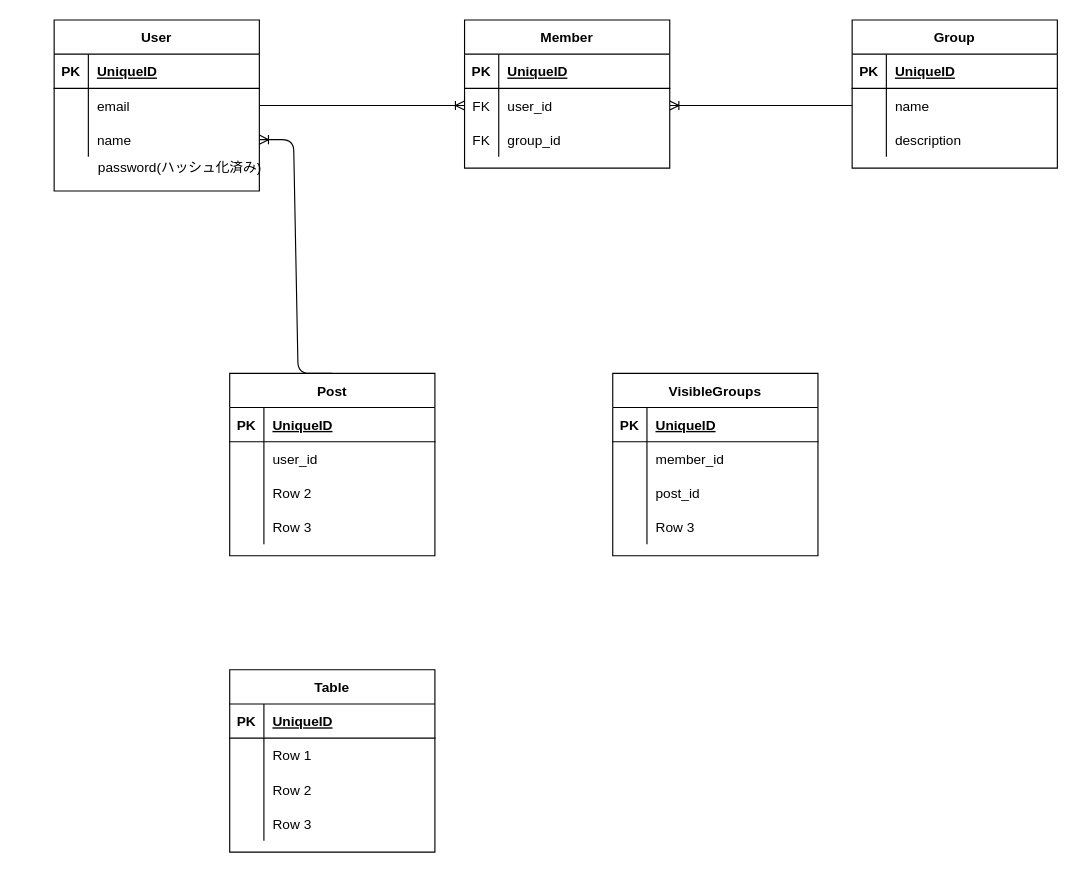
Above: documents/概念データモデル.drawio in Kinoshita0623/Aitopp (draw.io), before the change. Source tidied: cells renumbered, new cells numbered last; positions are measured from the earlier drawing's top-left corner, leaving out a move shared by most shapes. Both pictures are drawn from the tidied source at 114%, with x=0, y=0 at pixel (54, 19).
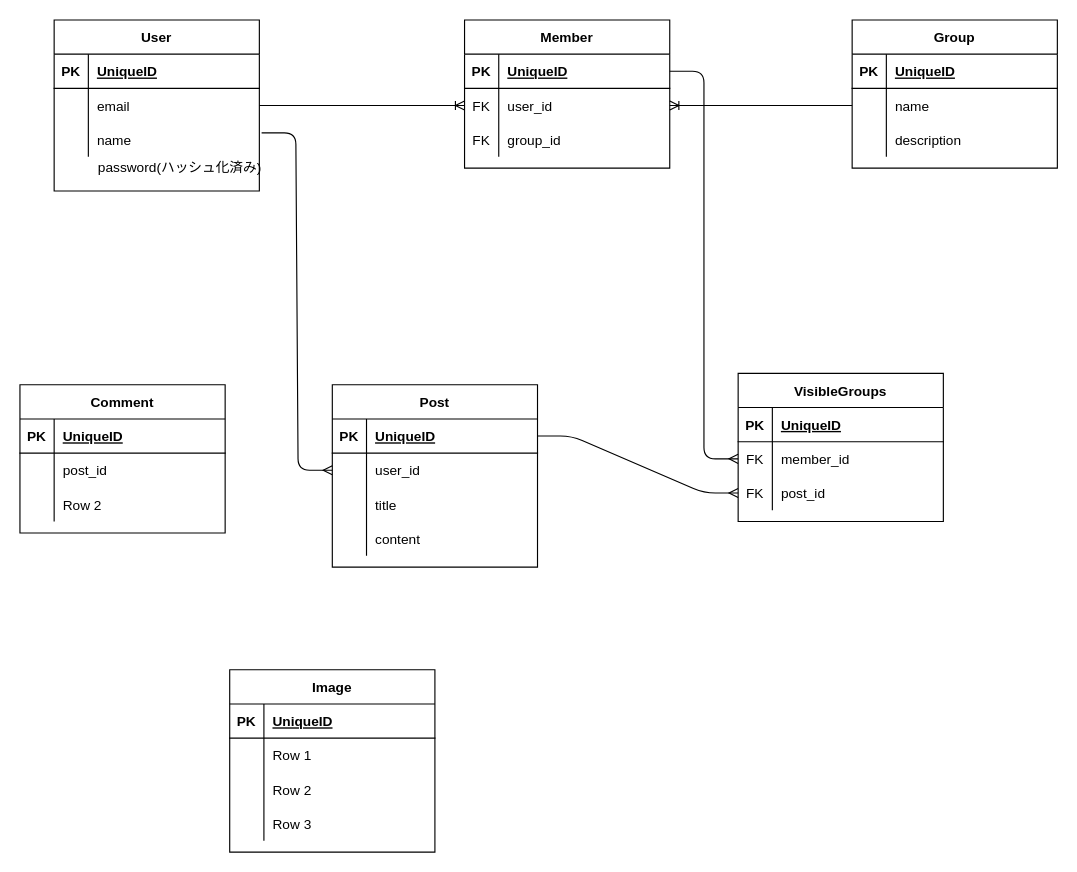
The same page after the edit.

The change refers to these unchanged cells:
```xml
<mxCell id="9" style="shape=partialRectangle;fillColor=none;top=0;left=0;bottom=0;right=0;points=[[0,0.5],[1,0.5]];portConstraint=eastwest;" parent="2" vertex="1">
  <mxGeometry y="90" width="180" height="30" as="geometry" />
</mxCell>
<mxCell id="13" style="shape=partialRectangle;fillColor=none;top=0;left=0;bottom=1;right=0;points=[[0,0.5],[1,0.5]];portConstraint=eastwest;" parent="12" vertex="1">
  <mxGeometry y="30" width="180" height="30" as="geometry" />
</mxCell>
<mxCell id="34" style="shape=partialRectangle;fillColor=none;top=0;left=0;bottom=1;right=0;points=[[0,0.5],[1,0.5]];portConstraint=eastwest;" parent="33" vertex="1">
  <mxGeometry y="30" width="180" height="30" as="geometry" />
</mxCell>
<mxCell id="37" style="shape=partialRectangle;fillColor=none;top=0;left=0;bottom=0;right=0;points=[[0,0.5],[1,0.5]];portConstraint=eastwest;" parent="33" vertex="1">
  <mxGeometry y="60" width="180" height="30" as="geometry" />
</mxCell>
<mxCell id="53" style="shape=partialRectangle;fillColor=none;top=0;left=0;bottom=0;right=0;points=[[0,0.5],[1,0.5]];portConstraint=eastwest;" parent="49" vertex="1">
  <mxGeometry y="60" width="180" height="30" as="geometry" />
</mxCell>
<mxCell id="56" style="shape=partialRectangle;fillColor=none;top=0;left=0;bottom=0;right=0;points=[[0,0.5],[1,0.5]];portConstraint=eastwest;" parent="49" vertex="1">
  <mxGeometry y="90" width="180" height="30" as="geometry" />
</mxCell>
```

Diff of the diagram source:
```diff
@@
     <mxCell id="33" value="Post" style="shape=table;startSize=30;childLayout=tableLayout;rowLines=0;fontStyle=1;align=center;" parent="1" vertex="1">
-      <mxGeometry x="154" y="310" width="180" height="160" as="geometry" />
+      <mxGeometry x="244" y="320" width="180" height="160" as="geometry" />
     </mxCell>
@@
-    <mxCell id="40" style="shape=partialRectangle;fillColor=none;top=0;left=0;bottom=0;right=0;" parent="33" vertex="1">
-      <mxGeometry y="90" width="180" height="30" as="geometry" />
-    </mxCell>
-    <mxCell id="41" style="shape=partialRectangle;fillColor=none;top=0;left=0;bottom=0;right=0;overflow=hidden;" parent="40" vertex="1">
-      <mxGeometry width="30" height="30" as="geometry" />
-    </mxCell>
-    <mxCell id="42" value="Row 2" style="shape=partialRectangle;fillColor=none;top=0;left=0;bottom=0;right=0;align=left;spacingLeft=6;overflow=hidden;" parent="40" vertex="1">
-      <mxGeometry x="30" width="150" height="30" as="geometry" />
-    </mxCell>
     <mxCell id="43" style="shape=partialRectangle;fillColor=none;top=0;left=0;bottom=0;right=0;" parent="33" vertex="1">
-      <mxGeometry y="120" width="180" height="30" as="geometry" />
+      <mxGeometry y="90" width="180" height="30" as="geometry" />
     </mxCell>
@@
-    <mxCell id="45" value="Row 3" style="shape=partialRectangle;fillColor=none;top=0;left=0;bottom=0;right=0;align=left;spacingLeft=6;overflow=hidden;" parent="43" vertex="1">
+    <mxCell id="45" value="title" style="shape=partialRectangle;fillColor=none;top=0;left=0;bottom=0;right=0;align=left;spacingLeft=6;overflow=hidden;" parent="43" vertex="1">
       <mxGeometry x="30" width="150" height="30" as="geometry" />
     </mxCell>
+    <mxCell id="59" style="shape=partialRectangle;fillColor=none;top=0;left=0;bottom=0;right=0;" parent="33" vertex="1">
+      <mxGeometry y="120" width="180" height="30" as="geometry" />
+    </mxCell>
+    <mxCell id="75" style="shape=partialRectangle;fillColor=none;top=0;left=0;bottom=0;right=0;overflow=hidden;" parent="59" vertex="1">
+      <mxGeometry width="30" height="30" as="geometry" />
+    </mxCell>
+    <mxCell id="76" value="content" style="shape=partialRectangle;fillColor=none;top=0;left=0;bottom=0;right=0;align=left;spacingLeft=6;overflow=hidden;" parent="59" vertex="1">
+      <mxGeometry x="30" width="150" height="30" as="geometry" />
+    </mxCell>
@@
-    <mxCell id="48" style="edgeStyle=entityRelationEdgeStyle;fontSize=12;html=1;endArrow=ERoneToMany;exitX=0.5;exitY=0;exitDx=0;exitDy=0;entryX=1;entryY=0.5;entryDx=0;entryDy=0;rounded=1;" parent="1" edge="1" source="33" target="9">
-      <mxGeometry relative="1" as="geometry" />
-    </mxCell>
     <mxCell id="49" value="VisibleGroups" style="shape=table;startSize=30;childLayout=tableLayout;rowLines=0;fontStyle=1;align=center;" parent="1" vertex="1">
-      <mxGeometry x="490" y="310" width="180" height="160" as="geometry" />
+      <mxGeometry x="600" y="310" width="180" height="130" as="geometry" />
     </mxCell>
@@
-    <mxCell id="54" style="shape=partialRectangle;fillColor=none;top=0;left=0;bottom=0;right=0;overflow=hidden;" parent="53" vertex="1">
+    <mxCell id="54" value="FK" style="shape=partialRectangle;fillColor=none;top=0;left=0;bottom=0;right=0;overflow=hidden;" parent="53" vertex="1">
       <mxGeometry width="30" height="30" as="geometry" />
     </mxCell>
@@
-    <mxCell id="57" style="shape=partialRectangle;fillColor=none;top=0;left=0;bottom=0;right=0;overflow=hidden;" parent="56" vertex="1">
+    <mxCell id="57" value="FK" style="shape=partialRectangle;fillColor=none;top=0;left=0;bottom=0;right=0;overflow=hidden;" parent="56" vertex="1">
       <mxGeometry width="30" height="30" as="geometry" />
     </mxCell>
@@
-    <mxCell id="59" style="shape=partialRectangle;fillColor=none;top=0;left=0;bottom=0;right=0;" parent="49" vertex="1">
-      <mxGeometry y="120" width="180" height="30" as="geometry" />
-    </mxCell>
-    <mxCell id="60" style="shape=partialRectangle;fillColor=none;top=0;left=0;bottom=0;right=0;overflow=hidden;" parent="59" vertex="1">
-      <mxGeometry width="30" height="30" as="geometry" />
-    </mxCell>
-    <mxCell id="61" value="Row 3" style="shape=partialRectangle;fillColor=none;top=0;left=0;bottom=0;right=0;align=left;spacingLeft=6;overflow=hidden;" parent="59" vertex="1">
-      <mxGeometry x="30" width="150" height="30" as="geometry" />
-    </mxCell>
-    <mxCell id="62" value="Table" style="shape=table;startSize=30;childLayout=tableLayout;rowLines=0;fontStyle=1;align=center;" parent="1" vertex="1">
+    <mxCell id="62" value="Image" style="shape=table;startSize=30;childLayout=tableLayout;rowLines=0;fontStyle=1;align=center;" parent="1" vertex="1">
       <mxGeometry x="154" y="570" width="180" height="160" as="geometry" />
     </mxCell>
@@
+    <mxCell id="77" style="edgeStyle=entityRelationEdgeStyle;fontSize=12;html=1;endArrow=ERmany;exitX=1.011;exitY=0.3;exitDx=0;exitDy=0;exitPerimeter=0;entryX=0;entryY=0.5;entryDx=0;entryDy=0;" parent="1" edge="1" source="9" target="37">
+      <mxGeometry relative="1" as="geometry" />
+    </mxCell>
+    <mxCell id="78" style="edgeStyle=entityRelationEdgeStyle;fontSize=12;html=1;endArrow=ERmany;exitX=1;exitY=0.5;exitDx=0;exitDy=0;entryX=0;entryY=0.5;entryDx=0;entryDy=0;" parent="1" edge="1" source="34" target="56">
+      <mxGeometry relative="1" as="geometry" />
+    </mxCell>
+    <mxCell id="79" style="edgeStyle=entityRelationEdgeStyle;fontSize=12;html=1;endArrow=ERmany;exitX=1;exitY=0.5;exitDx=0;exitDy=0;entryX=0;entryY=0.5;entryDx=0;entryDy=0;" parent="1" edge="1" source="13" target="53">
+      <mxGeometry relative="1" as="geometry" />
+    </mxCell>
+    <mxCell id="80" value="Comment" style="shape=table;startSize=30;childLayout=tableLayout;rowLines=0;fontStyle=1;align=center;" parent="1" vertex="1">
+      <mxGeometry x="-30" y="320" width="180" height="130" as="geometry" />
+    </mxCell>
+    <mxCell id="81" style="shape=partialRectangle;fillColor=none;top=0;left=0;bottom=1;right=0;" parent="80" vertex="1">
+      <mxGeometry y="30" width="180" height="30" as="geometry" />
+    </mxCell>
+    <mxCell id="82" value="PK" style="shape=partialRectangle;fillColor=none;top=0;left=0;bottom=0;right=0;fontStyle=1;overflow=hidden;" parent="81" vertex="1">
+      <mxGeometry width="30" height="30" as="geometry" />
+    </mxCell>
+    <mxCell id="83" value="UniqueID" style="shape=partialRectangle;fillColor=none;top=0;left=0;bottom=0;right=0;align=left;spacingLeft=6;fontStyle=5;overflow=hidden;" parent="81" vertex="1">
+      <mxGeometry x="30" width="150" height="30" as="geometry" />
+    </mxCell>
+    <mxCell id="84" style="shape=partialRectangle;fillColor=none;top=0;left=0;bottom=0;right=0;" parent="80" vertex="1">
+      <mxGeometry y="60" width="180" height="30" as="geometry" />
+    </mxCell>
+    <mxCell id="85" style="shape=partialRectangle;fillColor=none;top=0;left=0;bottom=0;right=0;overflow=hidden;" parent="84" vertex="1">
+      <mxGeometry width="30" height="30" as="geometry" />
+    </mxCell>
+    <mxCell id="86" value="post_id" style="shape=partialRectangle;fillColor=none;top=0;left=0;bottom=0;right=0;align=left;spacingLeft=6;overflow=hidden;" parent="84" vertex="1">
+      <mxGeometry x="30" width="150" height="30" as="geometry" />
+    </mxCell>
+    <mxCell id="40" style="shape=partialRectangle;fillColor=none;top=0;left=0;bottom=0;right=0;" parent="80" vertex="1">
+      <mxGeometry y="90" width="180" height="30" as="geometry" />
+    </mxCell>
+    <mxCell id="87" style="shape=partialRectangle;fillColor=none;top=0;left=0;bottom=0;right=0;overflow=hidden;" parent="40" vertex="1">
+      <mxGeometry width="30" height="30" as="geometry" />
+    </mxCell>
+    <mxCell id="42" value="Row 2" style="shape=partialRectangle;fillColor=none;top=0;left=0;bottom=0;right=0;align=left;spacingLeft=6;overflow=hidden;" parent="40" vertex="1">
+      <mxGeometry x="30" width="150" height="30" as="geometry" />
+    </mxCell>
```
